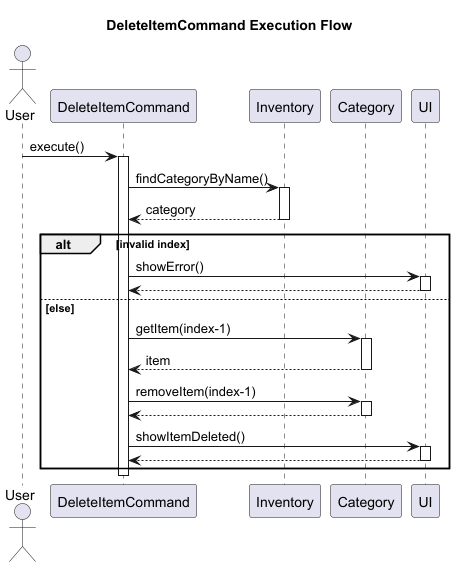
Above: docs/diagrams/sequence/DeleteItemCommandExecutionFlow.png in KOIiiii07/tp (PlantUML), before the change. Source of this version:
```plantuml
@startuml
title DeleteItemCommand Execution Flow

actor User
participant DeleteItemCommand
participant Inventory
participant Category
participant UI

User -> DeleteItemCommand : execute()
activate DeleteItemCommand

DeleteItemCommand -> Inventory : findCategoryByName()
activate Inventory
Inventory --> DeleteItemCommand : category
deactivate Inventory

alt invalid index
    DeleteItemCommand -> UI : showError()
    activate UI
    UI --> DeleteItemCommand
    deactivate UI

else else
    DeleteItemCommand -> Category : getItem(index-1)
    activate Category
    Category --> DeleteItemCommand : item
    deactivate Category

    DeleteItemCommand -> Category : removeItem(index-1)
    activate Category
    Category --> DeleteItemCommand
    deactivate Category

    DeleteItemCommand -> UI : showItemDeleted()
    activate UI
    UI --> DeleteItemCommand
    deactivate UI
end

deactivate DeleteItemCommand

@enduml
```
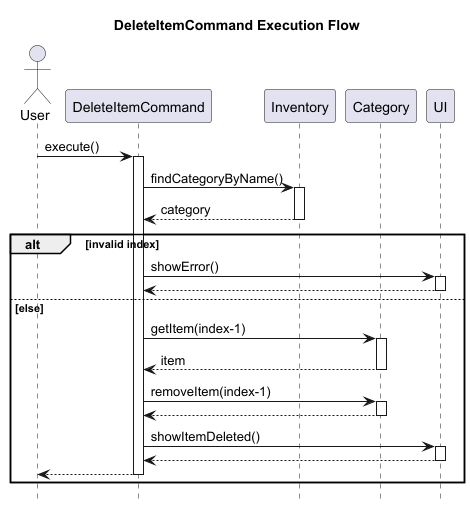
The same file after the commit.

What changed in the source:
```diff
@@ -1,5 +1,7 @@
 @startuml
 title DeleteItemCommand Execution Flow
+
+hide footbox
 
 actor User
 participant DeleteItemCommand
@@ -36,6 +38,8 @@
     activate UI
     UI --> DeleteItemCommand
     deactivate UI
+    DeleteItemCommand --> User
+    deactivate DeleteItemCommand
 end
 
 deactivate DeleteItemCommand
```
